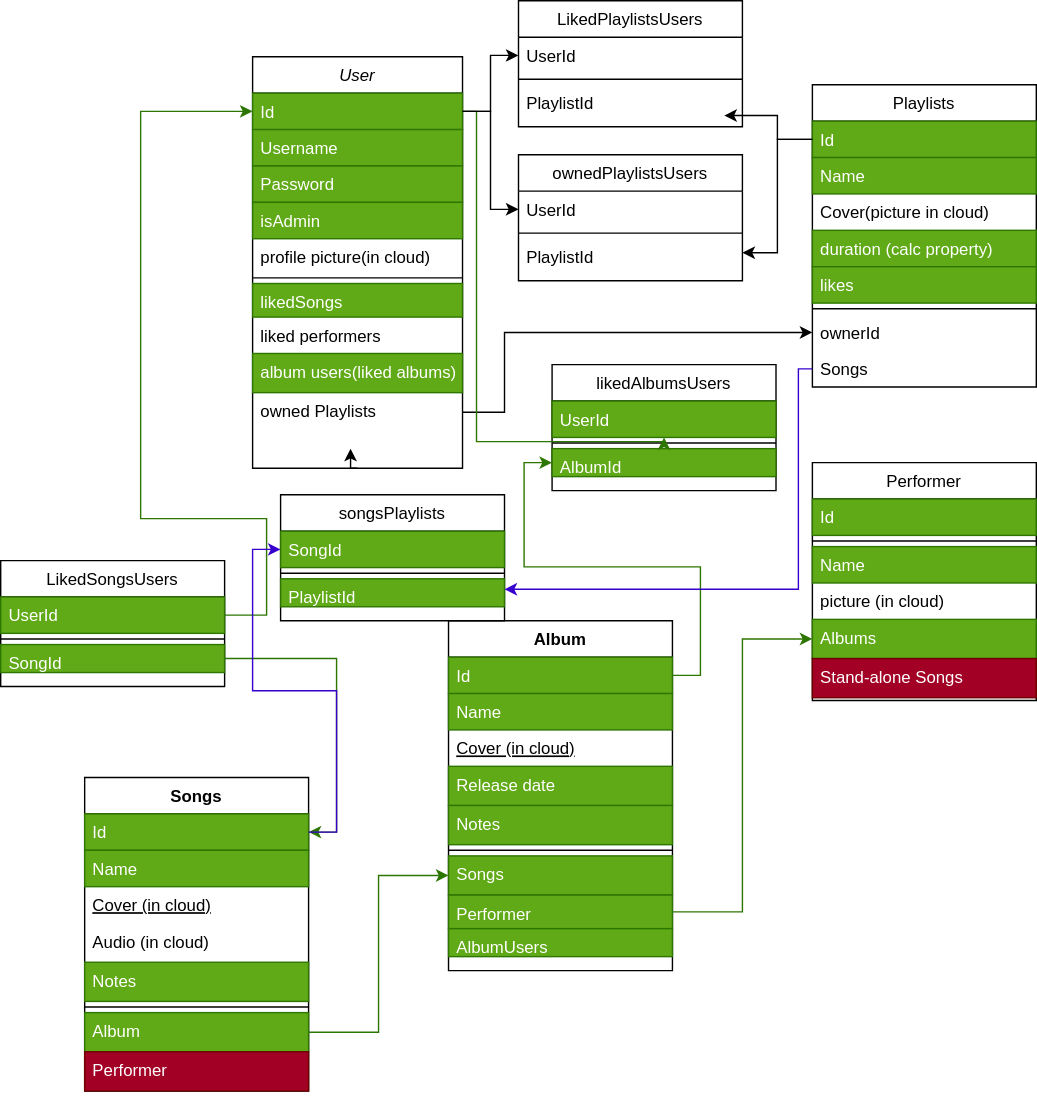
The draw.io diagram Server/Server/db-diagram.svg in Bubomira/MusicApp, before a commit. Source tidied: cells renumbered, new cells last; positions are measured from the earlier drawing's top-left corner, leaving out a move shared by most shapes.
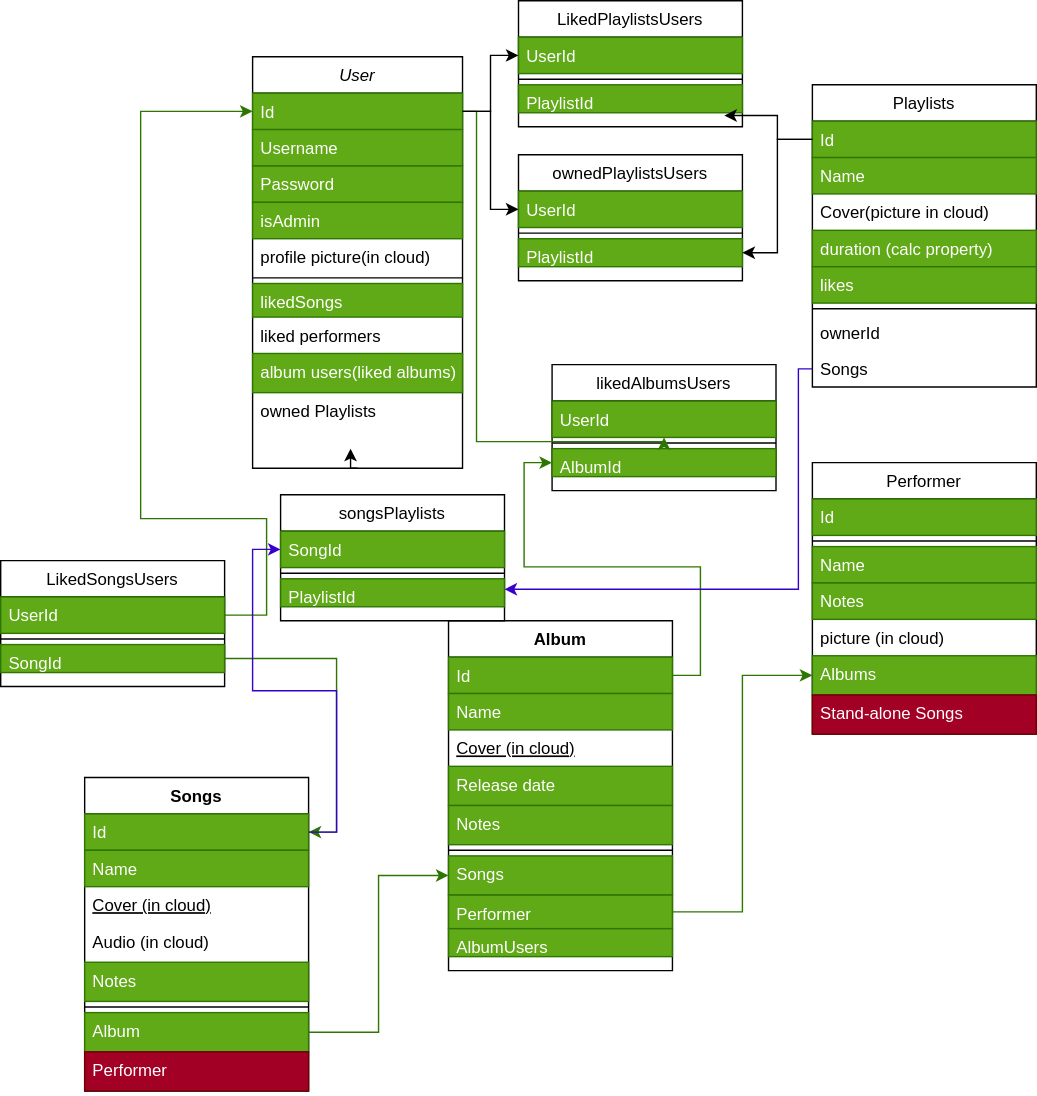
After the commit.

What changed in the source:
```diff
@@ -71,7 +71,7 @@
       <mxGeometry y="220" width="160" height="20" as="geometry" />
     </mxCell>
     <mxCell id="24" value="Performer" style="swimlane;fontStyle=0;align=center;verticalAlign=top;horizontal=1;startSize=26;rounded=0;shadow=0;strokeWidth=1;" parent="1" vertex="1">
-      <mxGeometry x="580" y="330" width="160" height="170" as="geometry" />
+      <mxGeometry x="580" y="330" width="160" height="194" as="geometry" />
     </mxCell>
     <mxCell id="25" value="Id" style="text;align=left;verticalAlign=top;spacingLeft=4;spacingRight=4;overflow=hidden;fillColor=#60a917;fontColor=#ffffff;strokeColor=#2D7600;" parent="24" vertex="1">
       <mxGeometry y="26" width="160" height="26" as="geometry" />
@@ -82,14 +82,17 @@
     <mxCell id="27" value="Name" style="text;align=left;verticalAlign=top;spacingLeft=4;spacingRight=4;overflow=hidden;fillColor=#60a917;fontColor=#ffffff;strokeColor=#2D7600;" parent="24" vertex="1">
       <mxGeometry y="60" width="160" height="26" as="geometry" />
     </mxCell>
+    <mxCell id="83" value="Notes" style="text;align=left;verticalAlign=top;spacingLeft=4;spacingRight=4;overflow=hidden;fillColor=#60a917;fontColor=#ffffff;strokeColor=#2D7600;" parent="24" vertex="1">
+      <mxGeometry y="86" width="160" height="26" as="geometry" />
+    </mxCell>
     <mxCell id="28" value="picture (in cloud)" style="text;align=left;verticalAlign=top;spacingLeft=4;spacingRight=4;overflow=hidden;" parent="24" vertex="1">
-      <mxGeometry y="86" width="160" height="26" as="geometry" />
+      <mxGeometry y="112" width="160" height="26" as="geometry" />
     </mxCell>
     <mxCell id="29" value="Albums" style="text;align=left;verticalAlign=top;spacingLeft=4;spacingRight=4;overflow=hidden;points=[[0,0.5],[1,0.5]];portConstraint=eastwest;fillColor=#60a917;fontColor=#ffffff;strokeColor=#2D7600;" parent="24" vertex="1">
-      <mxGeometry y="112" width="160" height="28" as="geometry" />
+      <mxGeometry y="138" width="160" height="28" as="geometry" />
     </mxCell>
     <mxCell id="30" value="Stand-alone Songs" style="text;align=left;verticalAlign=top;spacingLeft=4;spacingRight=4;overflow=hidden;fillColor=#a20025;fontColor=#ffffff;strokeColor=#6F0000;" parent="24" vertex="1">
-      <mxGeometry y="140" width="160" height="28" as="geometry" />
+      <mxGeometry y="166" width="160" height="28" as="geometry" />
     </mxCell>
     <mxCell id="31" value="Playlists" style="swimlane;fontStyle=0;align=center;verticalAlign=top;horizontal=1;startSize=26;rounded=0;shadow=0;strokeWidth=1;" parent="1" vertex="1">
       <mxGeometry x="580" y="60" width="160" height="216" as="geometry" />
@@ -118,24 +121,16 @@
     <mxCell id="39" value="Songs" style="text;align=left;verticalAlign=top;spacingLeft=4;spacingRight=4;overflow=hidden;points=[[0,0.5],[1,0.5]];portConstraint=eastwest;" parent="31" vertex="1">
       <mxGeometry y="190" width="160" height="26" as="geometry" />
     </mxCell>
-    <mxCell id="40" style="edgeStyle=orthogonalEdgeStyle;rounded=0;jettySize=auto;html=1;entryX=0;entryY=0.5;entryDx=0;entryDy=0;" parent="1" edge="1" source="13" target="38">
-      <mxGeometry relative="1" as="geometry">
-        <Array as="points">
-          <mxPoint x="360" y="294" />
-          <mxPoint x="360" y="237" />
-        </Array>
-      </mxGeometry>
-    </mxCell>
     <mxCell id="41" value="LikedPlaylistsUsers" style="swimlane;fontStyle=0;align=center;verticalAlign=top;horizontal=1;startSize=26;rounded=0;shadow=0;strokeWidth=1;" parent="1" vertex="1">
       <mxGeometry x="370" width="160" height="90" as="geometry" />
     </mxCell>
-    <mxCell id="42" value="UserId" style="text;align=left;verticalAlign=top;spacingLeft=4;spacingRight=4;overflow=hidden;points=[[0,0.5],[1,0.5]];portConstraint=eastwest;" parent="41" vertex="1">
+    <mxCell id="42" value="UserId" style="text;align=left;verticalAlign=top;spacingLeft=4;spacingRight=4;overflow=hidden;points=[[0,0.5],[1,0.5]];portConstraint=eastwest;fillColor=#60a917;fontColor=#ffffff;strokeColor=#2D7600;" parent="41" vertex="1">
       <mxGeometry y="26" width="160" height="26" as="geometry" />
     </mxCell>
     <mxCell id="43" style="line;html=1;strokeWidth=1;align=left;verticalAlign=middle;spacingTop=-1;spacingLeft=3;spacingRight=3;labelPosition=right;" parent="41" vertex="1">
       <mxGeometry y="52" width="160" height="8" as="geometry" />
     </mxCell>
-    <mxCell id="44" value="PlaylistId" style="text;align=left;verticalAlign=top;spacingLeft=4;spacingRight=4;overflow=hidden;points=[[0,0.5],[1,0.5]];portConstraint=eastwest;" parent="41" vertex="1">
+    <mxCell id="44" value="PlaylistId" style="text;align=left;verticalAlign=top;spacingLeft=4;spacingRight=4;overflow=hidden;points=[[0,0.5],[1,0.5]];portConstraint=eastwest;fillColor=#60a917;fontColor=#ffffff;strokeColor=#2D7600;" parent="41" vertex="1">
       <mxGeometry y="60" width="160" height="20" as="geometry" />
     </mxCell>
     <mxCell id="45" style="edgeStyle=orthogonalEdgeStyle;rounded=0;jettySize=auto;html=1;entryX=0;entryY=0.5;entryDx=0;entryDy=0;" parent="1" edge="1" source="4" target="42">
@@ -254,13 +249,13 @@
     <mxCell id="77" value="ownedPlaylistsUsers" style="swimlane;fontStyle=0;align=center;verticalAlign=top;horizontal=1;startSize=26;rounded=0;shadow=0;strokeWidth=1;" parent="1" vertex="1">
       <mxGeometry x="370" y="110" width="160" height="90" as="geometry" />
     </mxCell>
-    <mxCell id="78" value="UserId" style="text;align=left;verticalAlign=top;spacingLeft=4;spacingRight=4;overflow=hidden;points=[[0,0.5],[1,0.5]];portConstraint=eastwest;" parent="77" vertex="1">
+    <mxCell id="78" value="UserId" style="text;align=left;verticalAlign=top;spacingLeft=4;spacingRight=4;overflow=hidden;points=[[0,0.5],[1,0.5]];portConstraint=eastwest;fillColor=#60a917;fontColor=#ffffff;strokeColor=#2D7600;" parent="77" vertex="1">
       <mxGeometry y="26" width="160" height="26" as="geometry" />
     </mxCell>
     <mxCell id="79" style="line;html=1;strokeWidth=1;align=left;verticalAlign=middle;spacingTop=-1;spacingLeft=3;spacingRight=3;labelPosition=right;" parent="77" vertex="1">
       <mxGeometry y="52" width="160" height="8" as="geometry" />
     </mxCell>
-    <mxCell id="80" value="PlaylistId" style="text;align=left;verticalAlign=top;spacingLeft=4;spacingRight=4;overflow=hidden;points=[[0,0.5],[1,0.5]];portConstraint=eastwest;" parent="77" vertex="1">
+    <mxCell id="80" value="PlaylistId" style="text;align=left;verticalAlign=top;spacingLeft=4;spacingRight=4;overflow=hidden;points=[[0,0.5],[1,0.5]];portConstraint=eastwest;fillColor=#60a917;fontColor=#ffffff;strokeColor=#2D7600;" parent="77" vertex="1">
       <mxGeometry y="60" width="160" height="20" as="geometry" />
     </mxCell>
     <mxCell id="81" style="edgeStyle=orthogonalEdgeStyle;rounded=0;jettySize=auto;html=1;entryX=0;entryY=0.5;entryDx=0;entryDy=0;" parent="1" edge="1" source="4" target="78">
```
